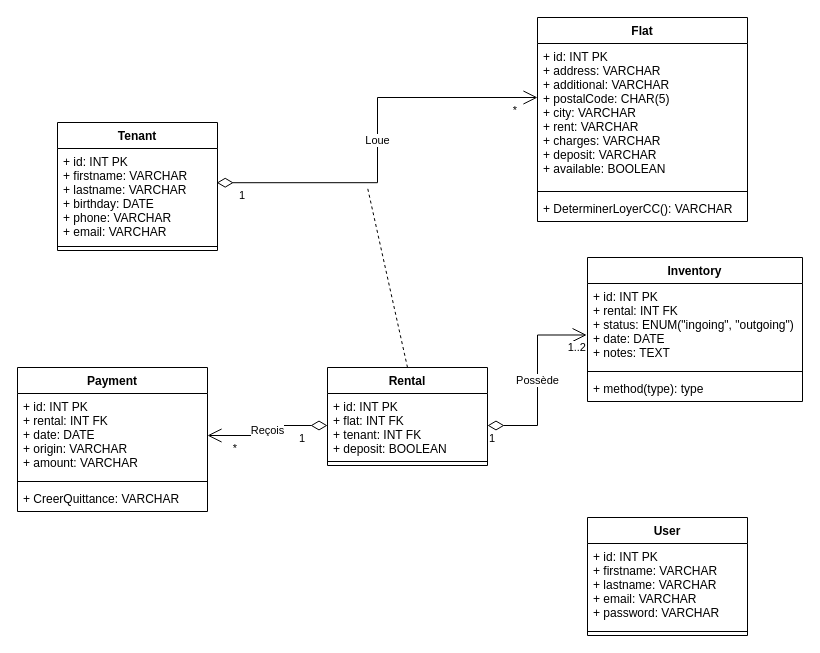
Before: UML.drawio in ColeeneP/AppGestionLocation, a draw.io diagram. Source tidied: cells renumbered, new cells numbered last; positions are measured from the earlier drawing's top-left corner, leaving out a move shared by most shapes. Both pictures are drawn from the tidied source at 100%, with x=0, y=0 at pixel (17, 17).
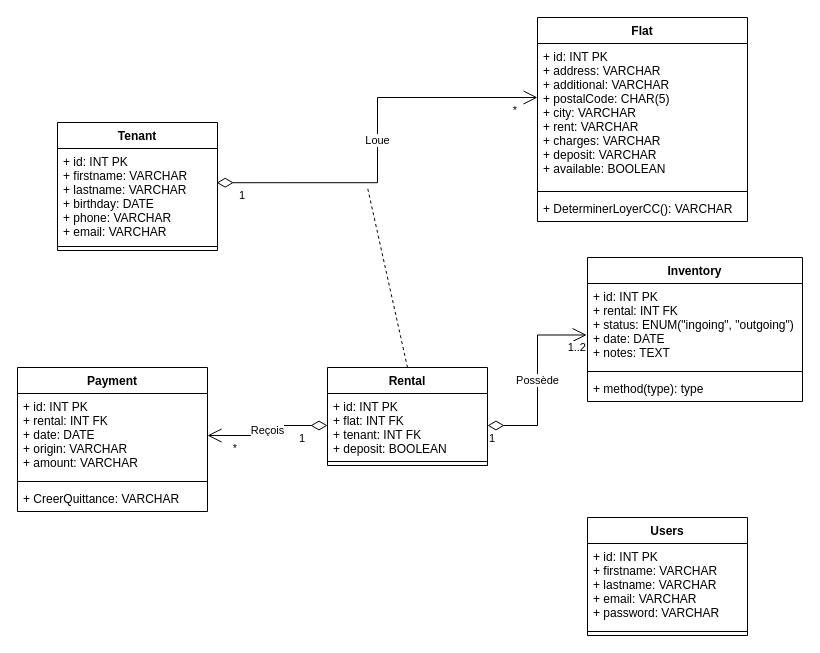
After the change.

What changed in the source:
```diff
@@
-    <mxCell id="20" value="User" style="swimlane;fontStyle=1;align=center;verticalAlign=top;horizontal=1;startSize=26;" parent="1" vertex="1">
+    <mxCell id="20" value="Users" style="swimlane;fontStyle=1;align=center;verticalAlign=top;horizontal=1;startSize=26;" parent="1" vertex="1">
       <mxGeometry x="570" y="500" width="160" height="118" as="geometry" />
     </mxCell>
```
